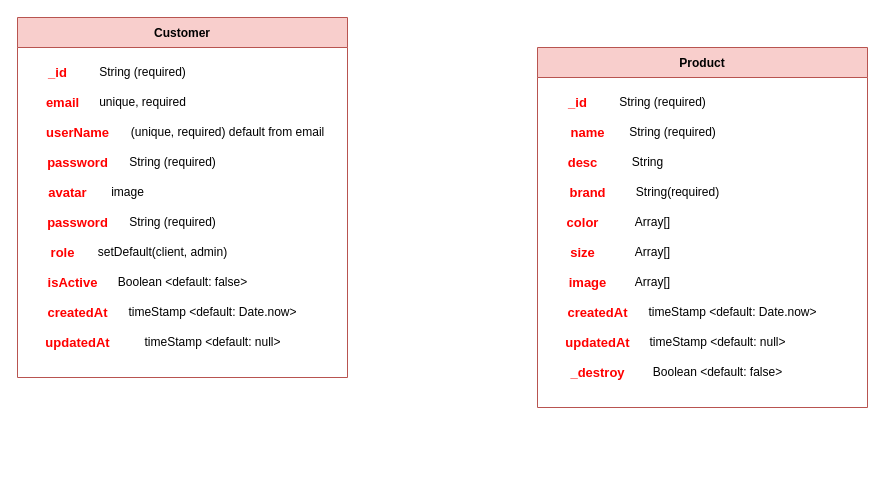
This is page "Trang-2" (2 of 2) of Biểu đồ không có tiêu đề.drawio from GiaDuccc/shop-api, a draw.io file, before an edit. Source tidied: cells renumbered, new cells numbered last; positions are measured from the earlier drawing's top-left corner, leaving out a move shared by most shapes. Both pictures are drawn from the tidied source at 100%, with x=0, y=0 at pixel (17, 17).
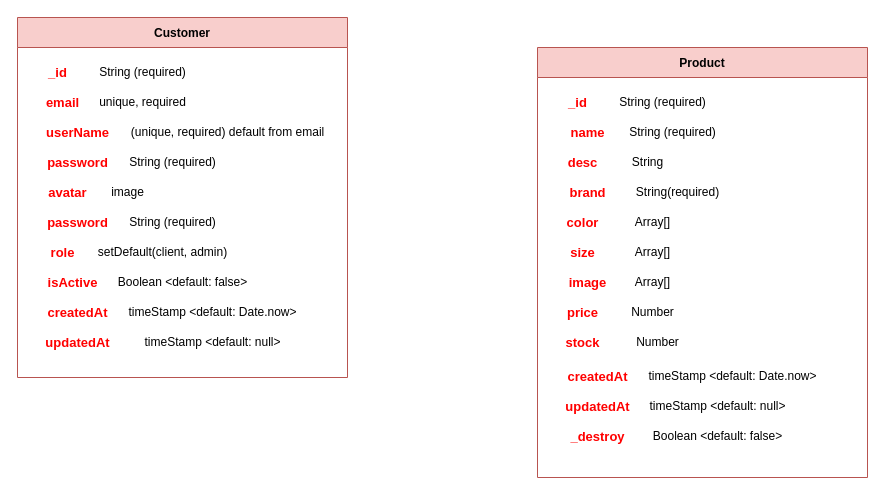
After the change.

Commit message:
Cập nhật Biểu đồ không có tiêu đề.drawio

Diff of the diagram source:
```diff
@@
     <mxCell id="23" value="Product" style="swimlane;startSize=30;fillColor=#f8cecc;strokeColor=#b85450;" parent="1" vertex="1">
-      <mxGeometry x="520" y="30" width="330" height="360" as="geometry" />
+      <mxGeometry x="520" y="30" width="330" height="430" as="geometry" />
     </mxCell>
@@
     <mxCell id="38" value="createdAt" style="text;html=1;align=center;verticalAlign=middle;strokeColor=none;fillColor=default;fontStyle=1;labelBorderColor=none;labelBackgroundColor=none;fontColor=light-dark(#ff0000, #ededed);fontSize=13;" parent="23" vertex="1">
-      <mxGeometry x="20" y="250" width="80" height="30" as="geometry" />
+      <mxGeometry x="20" y="313.5" width="80" height="30" as="geometry" />
     </mxCell>
     <mxCell id="39" value="timeStamp &amp;lt;default: Date.now&amp;gt;" style="text;html=1;align=center;verticalAlign=middle;strokeColor=none;fillColor=none;" parent="23" vertex="1">
-      <mxGeometry x="100" y="250" width="190" height="30" as="geometry" />
+      <mxGeometry x="100" y="314" width="190" height="30" as="geometry" />
     </mxCell>
     <mxCell id="40" value="updatedAt" style="text;html=1;align=center;verticalAlign=middle;strokeColor=none;fillColor=default;fontStyle=1;labelBorderColor=none;labelBackgroundColor=none;fontColor=light-dark(#ff0000, #ededed);fontSize=13;" parent="23" vertex="1">
-      <mxGeometry x="20" y="280" width="80" height="30" as="geometry" />
+      <mxGeometry x="20" y="344" width="80" height="30" as="geometry" />
     </mxCell>
     <mxCell id="41" value="timeStamp &amp;lt;default: null&amp;gt;" style="text;html=1;align=center;verticalAlign=middle;strokeColor=none;fillColor=none;" parent="23" vertex="1">
-      <mxGeometry x="100" y="280" width="160" height="30" as="geometry" />
+      <mxGeometry x="100" y="344" width="160" height="30" as="geometry" />
     </mxCell>
     <mxCell id="42" value="_destroy" style="text;html=1;align=center;verticalAlign=middle;strokeColor=none;fillColor=default;fontStyle=1;labelBorderColor=none;labelBackgroundColor=none;fontColor=light-dark(#ff0000, #ededed);fontSize=13;" parent="23" vertex="1">
-      <mxGeometry x="25" y="310" width="70" height="30" as="geometry" />
+      <mxGeometry x="25" y="374" width="70" height="30" as="geometry" />
     </mxCell>
     <mxCell id="43" value="Boolean &amp;lt;default: false&amp;gt;" style="text;html=1;align=center;verticalAlign=middle;strokeColor=none;fillColor=none;" parent="23" vertex="1">
-      <mxGeometry x="105" y="310" width="150" height="30" as="geometry" />
+      <mxGeometry x="105" y="374" width="150" height="30" as="geometry" />
     </mxCell>
+    <mxCell id="44" value="price" style="text;html=1;align=center;verticalAlign=middle;strokeColor=none;fillColor=default;fontStyle=1;labelBorderColor=none;labelBackgroundColor=none;fontColor=light-dark(#ff0000, #ededed);fontSize=13;" parent="23" vertex="1">
+      <mxGeometry x="20" y="250" width="50" height="30" as="geometry" />
+    </mxCell>
+    <mxCell id="45" value="Number" style="text;html=1;align=center;verticalAlign=middle;strokeColor=none;fillColor=none;" parent="23" vertex="1">
+      <mxGeometry x="80" y="250" width="70" height="30" as="geometry" />
+    </mxCell>
+    <mxCell id="46" value="stock" style="text;html=1;align=center;verticalAlign=middle;strokeColor=none;fillColor=default;fontStyle=1;labelBorderColor=none;labelBackgroundColor=none;fontColor=light-dark(#ff0000, #ededed);fontSize=13;" parent="23" vertex="1">
+      <mxGeometry x="20" y="280" width="50" height="30" as="geometry" />
+    </mxCell>
+    <mxCell id="47" value="Number" style="text;html=1;align=center;verticalAlign=middle;strokeColor=none;fillColor=none;" parent="23" vertex="1">
+      <mxGeometry x="85" y="280" width="70" height="30" as="geometry" />
+    </mxCell>
```
